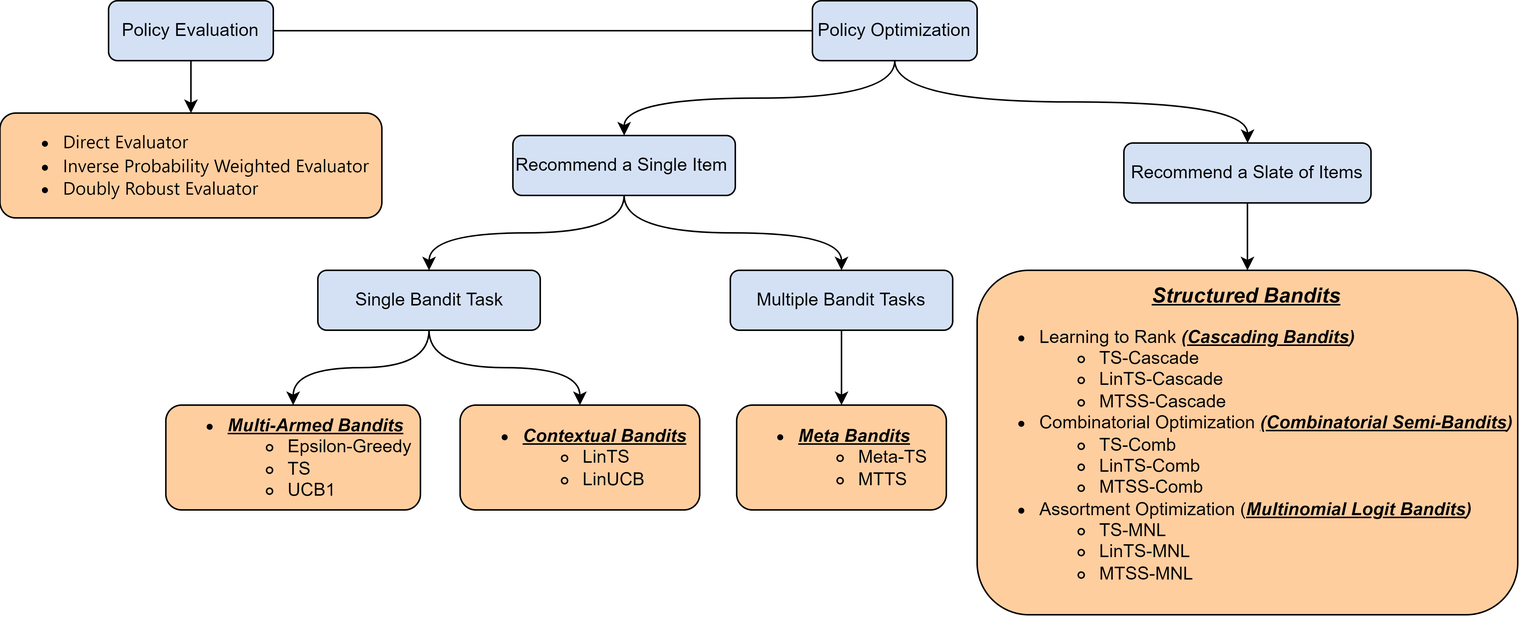
The draw.io diagram CPL_Paradigm4.png in CausalDM/Causal-Decision-Making, before a commit. Source tidied: cells renumbered, new cells last; positions are measured from the earlier drawing's top-left corner, leaving out a move shared by most shapes.
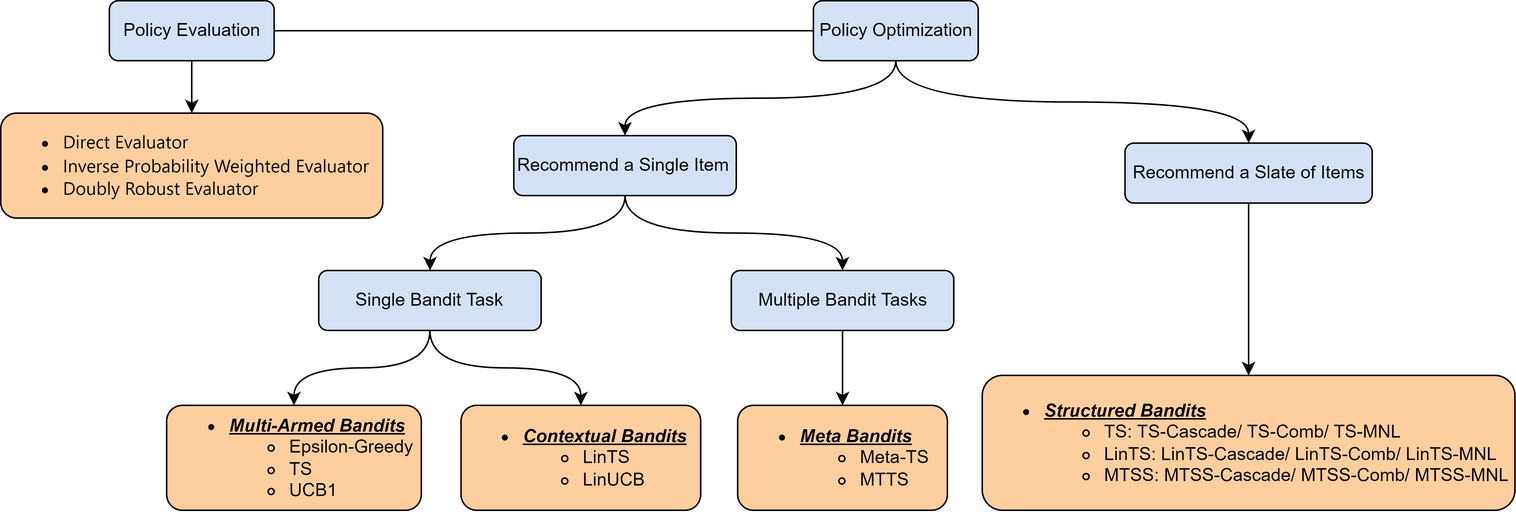
The same diagram one commit later.

What changed in the source:
```diff
@@ -26,13 +26,13 @@
     <mxCell id="9" style="edgeStyle=orthogonalEdgeStyle;curved=1;rounded=0;jettySize=auto;html=1;exitX=0.5;exitY=1;exitDx=0;exitDy=0;" parent="1" edge="1" source="11" target="16">
       <mxGeometry relative="1" as="geometry" />
     </mxCell>
-    <mxCell id="10" style="edgeStyle=orthogonalEdgeStyle;curved=1;rounded=0;jettySize=auto;html=1;exitX=0.5;exitY=1;exitDx=0;exitDy=0;entryX=0.5;entryY=0;entryDx=0;entryDy=0;" parent="1" edge="1" source="11" target="22">
+    <mxCell id="10" style="edgeStyle=orthogonalEdgeStyle;curved=1;rounded=0;jettySize=auto;html=1;exitX=0.5;exitY=1;exitDx=0;exitDy=0;entryX=0.5;entryY=0;entryDx=0;entryDy=0;" parent="1" edge="1" source="11" target="21">
       <mxGeometry relative="1" as="geometry" />
     </mxCell>
     <mxCell id="11" value="Recommend a Single Item&amp;nbsp;" style="rounded=1;whiteSpace=wrap;html=1;fillColor=#D4E1F5;labelBackgroundColor=none;strokeColor=#000000;" parent="1" vertex="1">
       <mxGeometry x="342" y="90" width="148.5" height="40" as="geometry" />
     </mxCell>
-    <mxCell id="12" style="edgeStyle=orthogonalEdgeStyle;curved=1;rounded=0;jettySize=auto;html=1;exitX=0.5;exitY=1;exitDx=0;exitDy=0;entryX=0.5;entryY=0;entryDx=0;entryDy=0;fontSize=12;" parent="1" edge="1" source="13" target="21">
+    <mxCell id="12" style="edgeStyle=orthogonalEdgeStyle;curved=1;rounded=0;jettySize=auto;html=1;exitX=0.5;exitY=1;exitDx=0;exitDy=0;entryX=0.5;entryY=0;entryDx=0;entryDy=0;fontSize=12;" parent="1" edge="1" source="13" target="22">
       <mxGeometry relative="1" as="geometry" />
     </mxCell>
     <mxCell id="13" value="Recommend a Slate of Items" style="rounded=1;whiteSpace=wrap;html=1;fillColor=#D4E1F5;labelBackgroundColor=none;strokeColor=#000000;" parent="1" vertex="1">
@@ -53,17 +53,17 @@
     <mxCell id="18" value="&lt;ul&gt;&lt;li&gt;&lt;b style=&quot;border-color: var(--border-color); text-align: center;&quot;&gt;&lt;i style=&quot;border-color: var(--border-color);&quot;&gt;&lt;u style=&quot;border-color: var(--border-color);&quot;&gt;Contextual Bandits&lt;/u&gt;&lt;/i&gt;&lt;/b&gt;&lt;br&gt;&lt;/li&gt;&lt;ul&gt;&lt;li&gt;LinTS&amp;nbsp;&lt;/li&gt;&lt;li&gt;LinUCB&lt;/li&gt;&lt;/ul&gt;&lt;/ul&gt;" style="whiteSpace=wrap;html=1;fillColor=#FFCE9F;strokeColor=#000000;rounded=1;labelBackgroundColor=none;align=left;" parent="1" vertex="1">
       <mxGeometry x="306.8" y="270" width="160" height="70" as="geometry" />
     </mxCell>
-    <mxCell id="19" style="edgeStyle=orthogonalEdgeStyle;curved=1;rounded=0;jettySize=auto;html=1;entryX=0.5;entryY=0;entryDx=0;entryDy=0;exitX=0.5;exitY=1;exitDx=0;exitDy=0;" parent="1" edge="1" source="22" target="20">
+    <mxCell id="19" style="edgeStyle=orthogonalEdgeStyle;curved=1;rounded=0;jettySize=auto;html=1;entryX=0.5;entryY=0;entryDx=0;entryDy=0;exitX=0.5;exitY=1;exitDx=0;exitDy=0;" parent="1" edge="1" source="21" target="20">
       <mxGeometry relative="1" as="geometry" />
     </mxCell>
     <mxCell id="20" value="&lt;ul&gt;&lt;li&gt;&lt;i style=&quot;border-color: var(--border-color); text-align: center;&quot;&gt;&lt;b style=&quot;border-color: var(--border-color);&quot;&gt;&lt;u style=&quot;border-color: var(--border-color);&quot;&gt;Meta Bandits&lt;/u&gt;&lt;/b&gt;&lt;/i&gt;&lt;br&gt;&lt;/li&gt;&lt;ul&gt;&lt;li&gt;Meta-TS&lt;/li&gt;&lt;li&gt;MTTS&lt;/li&gt;&lt;/ul&gt;&lt;/ul&gt;" style="whiteSpace=wrap;html=1;fillColor=#FFCE9F;strokeColor=#000000;rounded=1;labelBackgroundColor=none;align=left;" parent="1" vertex="1">
       <mxGeometry x="491.4" y="270" width="140" height="70" as="geometry" />
     </mxCell>
-    <mxCell id="21" value="&lt;div style=&quot;text-align: center;&quot;&gt;&lt;b style=&quot;background-color: initial; border-color: var(--border-color);&quot;&gt;&lt;span style=&quot;border-color: var(--border-color);&quot;&gt;&lt;span style=&quot;border-color: var(--border-color);&quot;&gt;&lt;font style=&quot;font-size: 14px;&quot;&gt;&lt;i&gt;&lt;u&gt;Structured Bandits&lt;/u&gt;&lt;/i&gt;&lt;/font&gt;&lt;/span&gt;&lt;/span&gt;&lt;/b&gt;&lt;/div&gt;&lt;ul&gt;&lt;li&gt;&lt;span style=&quot;border-color: var(--border-color);&quot;&gt;&lt;font style=&quot;font-size: 12px;&quot;&gt;&lt;span style=&quot;border-color: var(--border-color);&quot;&gt;&lt;font style=&quot;border-color: var(--border-color);&quot;&gt;Learning to Rank&lt;b style=&quot;font-style: italic;&quot;&gt;&amp;nbsp;&lt;/b&gt;&lt;b style=&quot;text-decoration-line: underline; font-style: italic;&quot;&gt;(&lt;/b&gt;&lt;/font&gt;&lt;/span&gt;&lt;span style=&quot;text-decoration-line: underline; font-style: italic; font-weight: bold; border-color: var(--border-color);&quot;&gt;Cascading Bandits&lt;/span&gt;&lt;span style=&quot;font-style: italic; font-weight: bold; border-color: var(--border-color);&quot;&gt;)&lt;/span&gt;&lt;/font&gt;&lt;/span&gt;&lt;br&gt;&lt;/li&gt;&lt;ul&gt;&lt;li style=&quot;border-color: var(--border-color);&quot;&gt;&lt;font style=&quot;border-color: var(--border-color);&quot; color=&quot;#000000&quot;&gt;&lt;span style=&quot;border-color: var(--border-color);&quot;&gt;&lt;span style=&quot;border-color: var(--border-color);&quot;&gt;TS-Cascade&lt;/span&gt;&lt;/span&gt;&lt;/font&gt;&lt;/li&gt;&lt;li style=&quot;border-color: var(--border-color);&quot;&gt;&lt;font style=&quot;border-color: var(--border-color);&quot; color=&quot;#000000&quot;&gt;&lt;span style=&quot;border-color: var(--border-color);&quot;&gt;&lt;span style=&quot;border-color: var(--border-color);&quot;&gt;LinTS-Cascade&lt;/span&gt;&lt;/span&gt;&lt;/font&gt;&lt;/li&gt;&lt;li style=&quot;border-color: var(--border-color);&quot;&gt;&lt;font style=&quot;border-color: var(--border-color);&quot; color=&quot;#000000&quot;&gt;&lt;span style=&quot;border-color: var(--border-color);&quot;&gt;&lt;span style=&quot;border-color: var(--border-color);&quot;&gt;MTSS-Cascade&lt;/span&gt;&lt;/span&gt;&lt;/font&gt;&lt;/li&gt;&lt;/ul&gt;&lt;li&gt;&lt;span style=&quot;border-color: var(--border-color);&quot;&gt;&lt;font style=&quot;font-size: 12px;&quot;&gt;&lt;font style=&quot;border-color: var(--border-color);&quot;&gt;&lt;span style=&quot;border-color: var(--border-color);&quot;&gt;Combinatorial Optimization&lt;b style=&quot;font-style: italic;&quot;&gt;&amp;nbsp;&lt;/b&gt;&lt;/span&gt;&lt;/font&gt;&lt;/font&gt;&lt;/span&gt;&lt;b style=&quot;background-color: initial; border-color: var(--border-color);&quot;&gt;&lt;i&gt;&lt;font style=&quot;text-decoration-line: underline; border-color: var(--border-color);&quot;&gt;&lt;span style=&quot;border-color: var(--border-color);&quot;&gt;(&lt;/span&gt;&lt;/font&gt;&lt;span style=&quot;border-color: var(--border-color);&quot;&gt;&lt;u&gt;Combinatorial Semi-Bandits&lt;/u&gt;)&lt;/span&gt;&lt;/i&gt;&lt;/b&gt;&lt;/li&gt;&lt;ul&gt;&lt;li style=&quot;border-color: var(--border-color);&quot;&gt;&lt;font style=&quot;border-color: var(--border-color);&quot; color=&quot;#000000&quot;&gt;&lt;span style=&quot;border-color: var(--border-color);&quot;&gt;&lt;span style=&quot;border-color: var(--border-color);&quot;&gt;TS-Comb&lt;/span&gt;&lt;/span&gt;&lt;/font&gt;&lt;/li&gt;&lt;li style=&quot;border-color: var(--border-color);&quot;&gt;&lt;font style=&quot;border-color: var(--border-color);&quot; color=&quot;#000000&quot;&gt;&lt;span style=&quot;border-color: var(--border-color);&quot;&gt;&lt;span style=&quot;border-color: var(--border-color);&quot;&gt;LinTS-Comb&lt;/span&gt;&lt;/span&gt;&lt;/font&gt;&lt;/li&gt;&lt;li style=&quot;border-color: var(--border-color);&quot;&gt;&lt;font style=&quot;border-color: var(--border-color);&quot; color=&quot;#000000&quot;&gt;&lt;span style=&quot;border-color: var(--border-color);&quot;&gt;&lt;span style=&quot;border-color: var(--border-color);&quot;&gt;MTSS-Comb&lt;/span&gt;&lt;/span&gt;&lt;/font&gt;&lt;/li&gt;&lt;/ul&gt;&lt;li&gt;&lt;font style=&quot;font-size: 12px;&quot;&gt;&lt;span style=&quot;border-color: var(--border-color);&quot;&gt;&lt;span style=&quot;border-color: var(--border-color);&quot;&gt;&lt;font style=&quot;border-color: var(--border-color);&quot;&gt;Assortment Optimization (&lt;/font&gt;&lt;/span&gt;&lt;/span&gt;&lt;font style=&quot;font-style: italic; border-color: var(--border-color);&quot; color=&quot;#000000&quot;&gt;&lt;b style=&quot;border-color: var(--border-color);&quot;&gt;&lt;span style=&quot;border-color: var(--border-color);&quot;&gt;&lt;u&gt;Multinomial Logit Bandits&lt;/u&gt;)&lt;/span&gt;&lt;/b&gt;&lt;/font&gt;&lt;/font&gt;&lt;/li&gt;&lt;ul&gt;&lt;li style=&quot;border-color: var(--border-color);&quot;&gt;&lt;font style=&quot;border-color: var(--border-color);&quot; color=&quot;#000000&quot;&gt;&lt;span style=&quot;border-color: var(--border-color);&quot;&gt;&lt;span style=&quot;border-color: var(--border-color);&quot;&gt;TS-MNL&lt;/span&gt;&lt;/span&gt;&lt;/font&gt;&lt;/li&gt;&lt;li style=&quot;border-color: var(--border-color);&quot;&gt;&lt;font style=&quot;border-color: var(--border-color);&quot; color=&quot;#000000&quot;&gt;&lt;span style=&quot;border-color: var(--border-color);&quot;&gt;&lt;span style=&quot;border-color: var(--border-color);&quot;&gt;LinTS-MNL&lt;/span&gt;&lt;/span&gt;&lt;/font&gt;&lt;/li&gt;&lt;li style=&quot;border-color: var(--border-color);&quot;&gt;&lt;font style=&quot;border-color: var(--border-color);&quot; color=&quot;#000000&quot;&gt;&lt;span style=&quot;border-color: var(--border-color);&quot;&gt;&lt;span style=&quot;border-color: var(--border-color);&quot;&gt;MTSS-MNL&lt;/span&gt;&lt;/span&gt;&lt;/font&gt;&lt;/li&gt;&lt;/ul&gt;&lt;/ul&gt;" style="rounded=1;whiteSpace=wrap;html=1;fillColor=#FFCE9F;align=left;" parent="1" vertex="1">
-      <mxGeometry x="652" y="180" width="361" height="230" as="geometry" />
+    <mxCell id="21" value="Multiple Bandit Tasks" style="rounded=1;whiteSpace=wrap;html=1;fillColor=#D4E1F5;labelBackgroundColor=none;strokeColor=#000000;" parent="1" vertex="1">
+      <mxGeometry x="487.2" y="180" width="148.5" height="40" as="geometry" />
     </mxCell>
-    <mxCell id="22" value="Multiple Bandit Tasks" style="rounded=1;whiteSpace=wrap;html=1;fillColor=#D4E1F5;labelBackgroundColor=none;strokeColor=#000000;" parent="1" vertex="1">
-      <mxGeometry x="487.2" y="180" width="148.5" height="40" as="geometry" />
+    <mxCell id="22" value="&lt;ul&gt;&lt;li&gt;&lt;i style=&quot;border-color: var(--border-color); text-align: center;&quot;&gt;&lt;b style=&quot;border-color: var(--border-color);&quot;&gt;&lt;u style=&quot;border-color: var(--border-color);&quot;&gt;Structured Bandits&lt;/u&gt;&lt;/b&gt;&lt;/i&gt;&lt;br&gt;&lt;/li&gt;&lt;ul&gt;&lt;li&gt;TS: TS-Cascade/ TS-Comb/ TS-MNL&lt;/li&gt;&lt;li&gt;LinTS: LinTS-Cascade/ LinTS-Comb/ LinTS-MNL&lt;/li&gt;&lt;li&gt;MTSS: MTSS-Cascade/ MTSS-Comb/ MTSS-MNL&lt;/li&gt;&lt;/ul&gt;&lt;/ul&gt;" style="whiteSpace=wrap;html=1;fillColor=#FFCE9F;strokeColor=#000000;rounded=1;labelBackgroundColor=none;align=left;" parent="1" vertex="1">
+      <mxGeometry x="654.7" y="250" width="355.6" height="90" as="geometry" />
     </mxCell>
   </root>
 </mxGraphModel>
```
